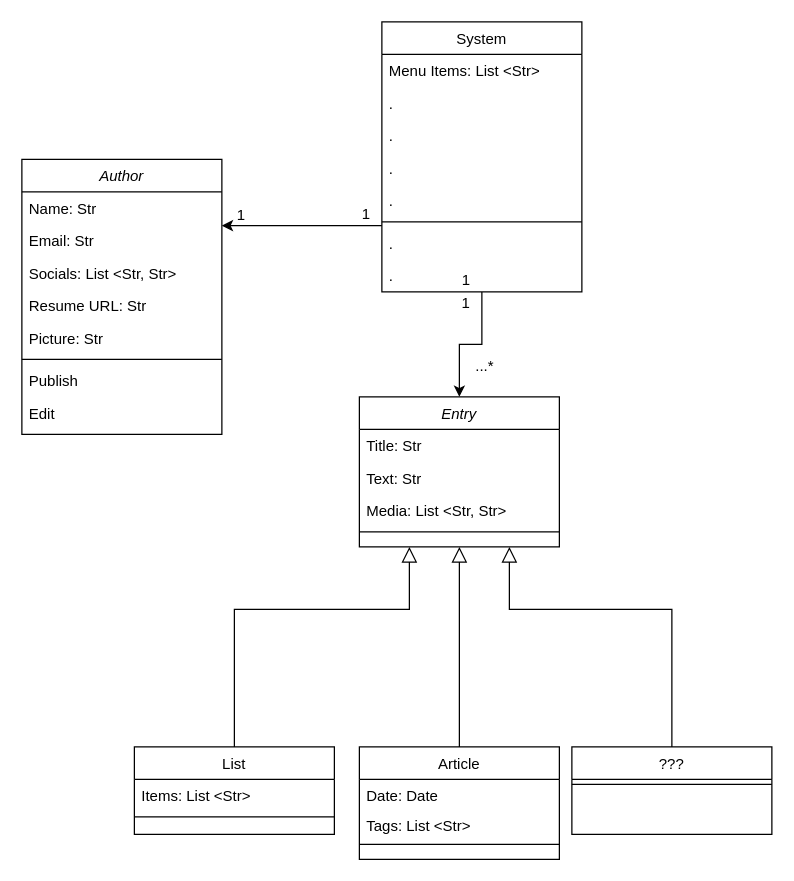
The draw.io diagram Model.drawio in FJArribas/Model, before the edit. Source tidied: cells renumbered, new cells numbered last; positions are measured from the earlier drawing's top-left corner, leaving out a move shared by most shapes. Both pictures are drawn from the tidied source at 125%, with x=0, y=0 at pixel (21, 21).
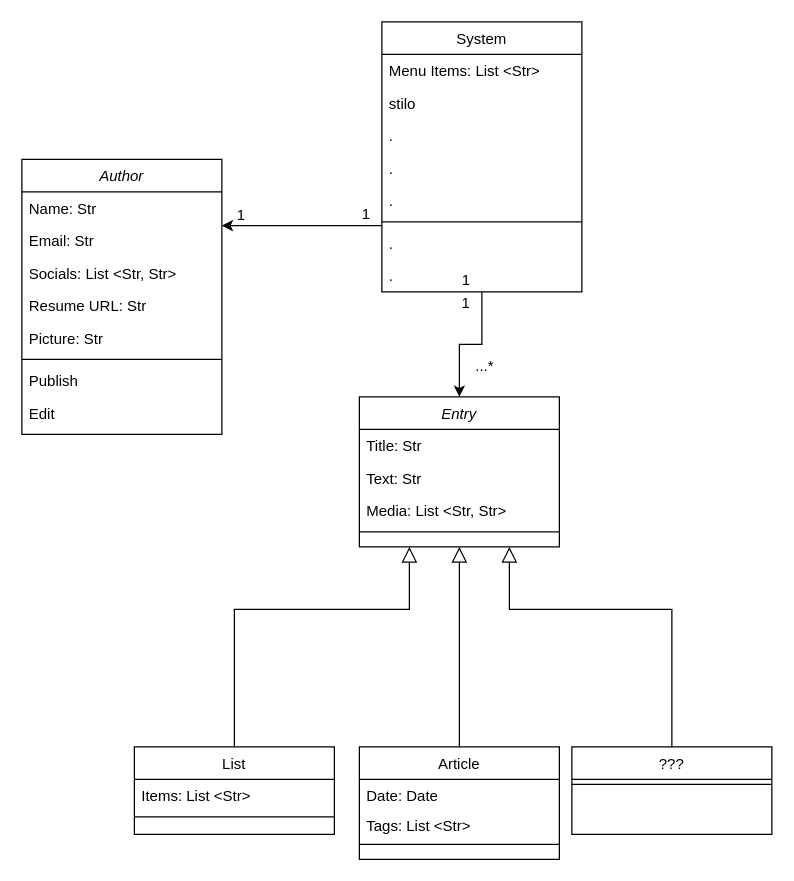
Above is the later version.

The change refers to these unchanged cells:
```xml
<mxCell id="18" value="System" style="swimlane;fontStyle=0;align=center;verticalAlign=top;horizontal=1;startSize=26;rounded=0;shadow=0;strokeWidth=1;" parent="1" vertex="1">
  <mxGeometry x="288" width="160" height="216" as="geometry" />
</mxCell>
```

The edit, as a diff of the source:
```diff
@@
-    <mxCell id="20" value="." style="text;align=left;verticalAlign=top;spacingLeft=4;spacingRight=4;overflow=hidden;rounded=0;shadow=0;html=0;" parent="18" vertex="1">
+    <mxCell id="20" value="stilo" style="text;align=left;verticalAlign=top;spacingLeft=4;spacingRight=4;overflow=hidden;rounded=0;shadow=0;html=0;" parent="18" vertex="1">
       <mxGeometry y="52" width="160" height="26" as="geometry" />
     </mxCell>
```
